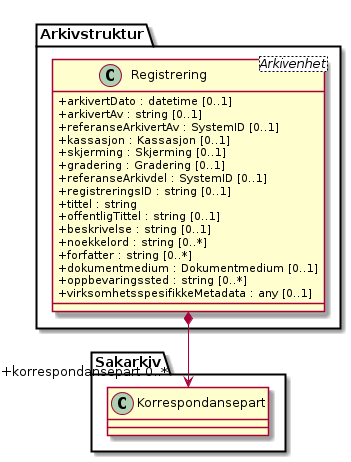
arkivverket/noark5-tjenestegrensesnitt-standard keeps this PlantUML diagram as kapitler/media/uml-komposisjon-brukt-med-klasser.png. Above is the earlier version.
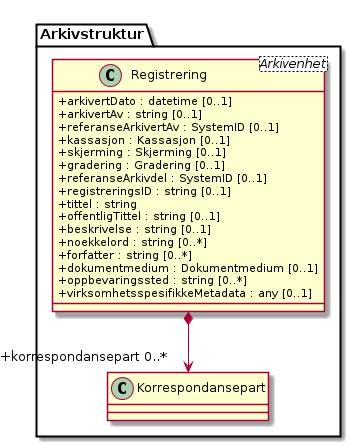
The same diagram one commit later.

The edit, as a diff of the source:
```diff
@@ -18,5 +18,5 @@
   +oppbevaringssted : string [0..*]
   +virksomhetsspesifikkeMetadata : any [0..1]
 }
-Arkivstruktur.Registrering *--> "+korrespondansepart 0..*" Sakarkiv.Korrespondansepart
+Arkivstruktur.Registrering *--> "+korrespondansepart 0..*" Arkivstruktur.Korrespondansepart
 @enduml
```
